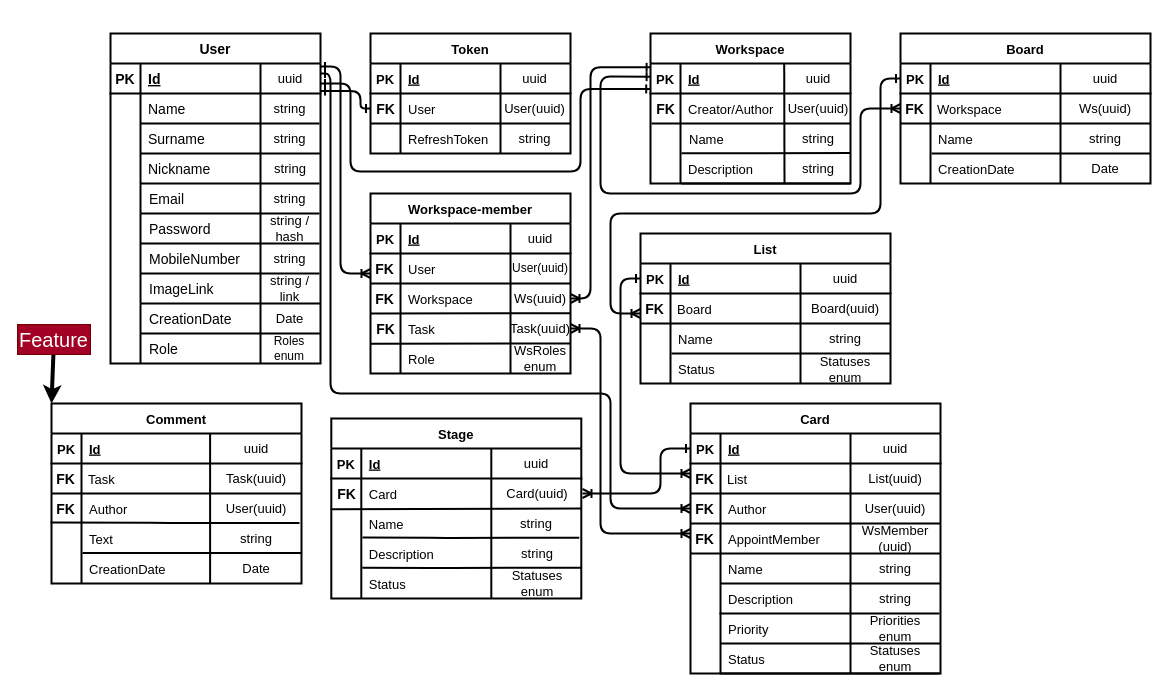
Before: page "DB" (3 of 3) of project.drawio in Neodast/Tasky, a draw.io diagram. Source tidied: cells renumbered, new cells numbered last; positions are measured from the earlier drawing's top-left corner, leaving out a move shared by most shapes. Both pictures are drawn from the tidied source at 100%, with x=0, y=0 at pixel (17, 33).
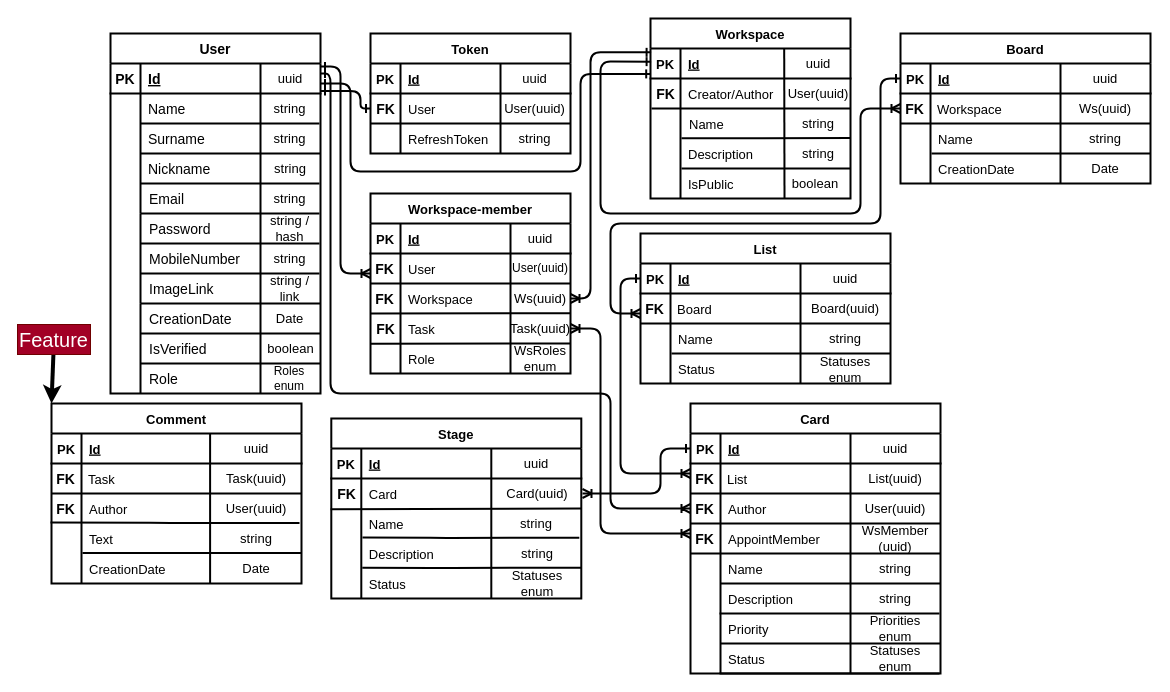
After the change.

Unchanged cells that the change refers to:
```xml
<mxCell id="22" value="uuid" style="text;html=1;strokeColor=none;fillColor=none;align=center;verticalAlign=middle;whiteSpace=wrap;rounded=0;fontSize=13;strokeWidth=2;" parent="1" vertex="1">
  <mxGeometry x="243" y="30" width="60" height="30" as="geometry" />
</mxCell>
<mxCell id="78" value="Ws(uuid)" style="text;html=1;strokeColor=none;fillColor=none;align=center;verticalAlign=middle;whiteSpace=wrap;rounded=0;fontSize=13;strokeWidth=2;" parent="1" vertex="1">
  <mxGeometry x="493" y="250" width="60" height="30" as="geometry" />
</mxCell>
<mxCell id="85" style="shape=tableRow;horizontal=0;startSize=0;swimlaneHead=0;swimlaneBody=0;fillColor=none;points=[[0,0.5],[1,0.5]];portConstraint=eastwest;top=0;left=0;right=0;bottom=1;strokeWidth=2;fontSize=13;" parent="84" vertex="1">
  <mxGeometry y="30" width="200" height="30" as="geometry" />
</mxCell>
<mxCell id="91" style="shape=tableRow;horizontal=0;startSize=0;swimlaneHead=0;swimlaneBody=0;fillColor=none;points=[[0,0.5],[1,0.5]];portConstraint=eastwest;top=0;left=0;right=0;bottom=0;strokeWidth=2;fontSize=13;" parent="84" vertex="1">
  <mxGeometry y="90" width="200" height="30" as="geometry" />
</mxCell>
<mxCell id="106" style="shape=tableRow;horizontal=0;startSize=0;swimlaneHead=0;swimlaneBody=0;fillColor=none;points=[[0,0.5],[1,0.5]];portConstraint=eastwest;top=0;left=0;right=0;bottom=1;strokeWidth=2;fontSize=13;" parent="105" vertex="1">
  <mxGeometry y="30" width="250" height="30" as="geometry" />
</mxCell>
<mxCell id="109" style="shape=tableRow;horizontal=0;startSize=0;swimlaneHead=0;swimlaneBody=0;fillColor=none;points=[[0,0.5],[1,0.5]];portConstraint=eastwest;top=0;left=0;right=0;bottom=0;strokeWidth=2;fontSize=13;" parent="105" vertex="1">
  <mxGeometry y="60" width="250" height="30" as="geometry" />
</mxCell>
```

What changed in the source:
```diff
@@
     <mxCell id="6" value="User" style="shape=table;startSize=30;childLayout=tableLayout;rowLines=0;fontStyle=1;align=center;strokeWidth=2;fontSize=14;" parent="1" vertex="1">
-      <mxGeometry x="93" width="210" height="330" as="geometry" />
+      <mxGeometry x="93" width="210" height="360" as="geometry" />
     </mxCell>
@@
     <mxCell id="24" style="edgeStyle=orthogonalEdgeStyle;html=1;strokeWidth=2;fontSize=12;endArrow=ERone;endFill=0;startArrow=ERone;startFill=0;entryX=0.001;entryY=0.847;entryDx=0;entryDy=0;exitX=1;exitY=0.667;exitDx=0;exitDy=0;exitPerimeter=0;entryPerimeter=0;" parent="1" edge="1" source="22" target="85">
       <mxGeometry relative="1" as="geometry">
         <Array as="points">
           <mxPoint x="333" y="50" />
           <mxPoint x="333" y="138" />
           <mxPoint x="563" y="138" />
-          <mxPoint x="563" y="55" />
-          <mxPoint x="633" y="55" />
+          <mxPoint x="563" y="40" />
+          <mxPoint x="633" y="40" />
         </Array>
       </mxGeometry>
     </mxCell>
@@
     <mxCell id="37" style="endArrow=none;html=1;strokeWidth=2;fontSize=12;" parent="1" edge="1">
       <mxGeometry relative="1" as="geometry">
         <mxPoint x="123" y="270" as="sourcePoint" />
-        <mxPoint x="123" y="330" as="targetPoint" />
+        <mxPoint x="123" y="360" as="targetPoint" />
       </mxGeometry>
     </mxCell>
-    <mxCell id="38" style="endArrow=none;html=1;strokeWidth=2;fontSize=11;" parent="1" edge="1">
+    <mxCell id="38" style="endArrow=none;html=1;strokeWidth=2;fontSize=11;entryX=0;entryY=1;entryDx=0;entryDy=0;" parent="1" edge="1" target="123">
       <mxGeometry relative="1" as="geometry">
         <mxPoint x="243" y="240" as="sourcePoint" />
-        <mxPoint x="243" y="330" as="targetPoint" />
       </mxGeometry>
     </mxCell>
@@
     <mxCell id="82" style="edgeStyle=orthogonalEdgeStyle;jumpSize=6;html=1;strokeWidth=2;fontSize=12;startArrow=ERone;startFill=0;endArrow=ERoneToMany;endFill=0;endSize=6;sourcePerimeterSpacing=0;targetPerimeterSpacing=0;entryX=1;entryY=0.5;entryDx=0;entryDy=0;exitX=0.003;exitY=0.128;exitDx=0;exitDy=0;exitPerimeter=0;" parent="1" edge="1" source="85" target="78">
       <mxGeometry relative="1" as="geometry">
         <Array as="points">
-          <mxPoint x="573" y="34" />
+          <mxPoint x="573" y="19" />
           <mxPoint x="573" y="265" />
         </Array>
       </mxGeometry>
     </mxCell>
     <mxCell id="83" style="edgeStyle=orthogonalEdgeStyle;jumpSize=6;html=1;entryX=0;entryY=0.5;entryDx=0;entryDy=0;strokeWidth=2;fontSize=12;startArrow=ERone;startFill=0;endArrow=ERoneToMany;endFill=0;endSize=6;sourcePerimeterSpacing=0;targetPerimeterSpacing=0;exitX=0.003;exitY=0.438;exitDx=0;exitDy=0;exitPerimeter=0;" parent="1" edge="1" source="85" target="109">
       <mxGeometry relative="1" as="geometry">
         <Array as="points">
-          <mxPoint x="583" y="43" />
-          <mxPoint x="583" y="160" />
-          <mxPoint x="843" y="160" />
+          <mxPoint x="583" y="28" />
+          <mxPoint x="583" y="180" />
+          <mxPoint x="843" y="180" />
           <mxPoint x="843" y="75" />
         </Array>
       </mxGeometry>
     </mxCell>
     <mxCell id="84" value="Workspace" style="shape=table;startSize=30;childLayout=tableLayout;rowLines=0;fontStyle=1;align=center;strokeWidth=2;fontSize=13;" parent="1" vertex="1">
-      <mxGeometry x="633" width="200" height="150" as="geometry" />
+      <mxGeometry x="633" y="-15" width="200" height="180" as="geometry" />
     </mxCell>
@@
+    <mxCell id="274" style="shape=tableRow;horizontal=0;startSize=0;swimlaneHead=0;swimlaneBody=0;fillColor=none;top=0;left=0;right=0;bottom=0;strokeWidth=2;fontSize=13;" parent="84" vertex="1">
+      <mxGeometry y="150" width="200" height="30" as="geometry" />
+    </mxCell>
+    <mxCell id="275" style="shape=partialRectangle;fillColor=none;top=0;left=0;bottom=0;right=0;overflow=hidden;strokeWidth=2;fontSize=13;" parent="274" vertex="1">
+      <mxGeometry width="30" height="30" as="geometry" />
+    </mxCell>
+    <mxCell id="276" value="IsPublic" style="shape=partialRectangle;fillColor=none;top=0;left=0;bottom=0;right=0;align=left;spacingLeft=6;overflow=hidden;strokeWidth=2;fontSize=13;" parent="274" vertex="1">
+      <mxGeometry x="30" width="170" height="30" as="geometry" />
+    </mxCell>
     <mxCell id="97" value="uuid" style="text;html=1;strokeColor=none;fillColor=none;align=center;verticalAlign=middle;whiteSpace=wrap;rounded=0;fontSize=13;strokeWidth=2;" parent="1" vertex="1">
-      <mxGeometry x="769" y="30" width="64" height="30" as="geometry" />
+      <mxGeometry x="769" y="15" width="64" height="30" as="geometry" />
     </mxCell>
     <mxCell id="98" style="endArrow=none;html=1;strokeWidth=2;fontSize=13;exitX=1;exitY=-0.004;exitDx=0;exitDy=0;exitPerimeter=0;" parent="1" edge="1" source="91">
       <mxGeometry relative="1" as="geometry">
-        <mxPoint x="634" y="90" as="targetPoint" />
+        <mxPoint x="634" y="75" as="targetPoint" />
       </mxGeometry>
     </mxCell>
@@
     <mxCell id="122" value="Role" style="shape=partialRectangle;fillColor=none;top=0;left=0;bottom=0;right=0;align=left;spacingLeft=6;overflow=hidden;strokeWidth=2;fontSize=14;" parent="1" vertex="1">
-      <mxGeometry x="124" y="300" width="119" height="30" as="geometry" />
+      <mxGeometry x="124" y="330" width="119" height="30" as="geometry" />
     </mxCell>
     <mxCell id="123" value="Roles enum" style="text;html=1;strokeColor=none;fillColor=none;align=center;verticalAlign=middle;whiteSpace=wrap;rounded=0;fontSize=12;strokeWidth=2;" parent="1" vertex="1">
-      <mxGeometry x="243" y="300" width="58" height="30" as="geometry" />
+      <mxGeometry x="243" y="330" width="58" height="30" as="geometry" />
     </mxCell>
@@
     <mxCell id="127" value="Creator/Author" style="shape=partialRectangle;fillColor=none;top=0;left=0;bottom=0;right=0;align=left;spacingLeft=6;overflow=hidden;strokeWidth=2;fontSize=13;" parent="1" vertex="1">
-      <mxGeometry x="663" y="60" width="104" height="30" as="geometry" />
+      <mxGeometry x="663" y="45" width="104" height="30" as="geometry" />
     </mxCell>
     <mxCell id="128" value="User(uuid)" style="text;html=1;strokeColor=none;fillColor=none;align=center;verticalAlign=middle;whiteSpace=wrap;rounded=0;fontSize=13;strokeWidth=2;" parent="1" vertex="1">
-      <mxGeometry x="769" y="60" width="64" height="30" as="geometry" />
+      <mxGeometry x="769" y="45" width="64" height="30" as="geometry" />
     </mxCell>
     <mxCell id="129" value="Name" style="shape=partialRectangle;fillColor=none;top=0;left=0;bottom=0;right=0;align=left;spacingLeft=6;overflow=hidden;strokeWidth=2;fontSize=13;" parent="1" vertex="1">
-      <mxGeometry x="664" y="90" width="103" height="30" as="geometry" />
+      <mxGeometry x="664" y="75" width="103" height="30" as="geometry" />
     </mxCell>
     <mxCell id="130" value="string" style="text;html=1;strokeColor=none;fillColor=none;align=center;verticalAlign=middle;whiteSpace=wrap;rounded=0;fontSize=13;strokeWidth=2;" parent="1" vertex="1">
-      <mxGeometry x="769" y="90" width="64" height="30" as="geometry" />
+      <mxGeometry x="769" y="75" width="64" height="30" as="geometry" />
     </mxCell>
     <mxCell id="131" style="endArrow=none;html=1;strokeWidth=2;fontSize=13;exitX=1;exitY=-0.004;exitDx=0;exitDy=0;exitPerimeter=0;" parent="1" edge="1">
       <mxGeometry relative="1" as="geometry">
-        <mxPoint x="833" y="119.6" as="sourcePoint" />
-        <mxPoint x="664" y="119.7" as="targetPoint" />
+        <mxPoint x="833" y="104.6" as="sourcePoint" />
+        <mxPoint x="664" y="104.7" as="targetPoint" />
       </mxGeometry>
     </mxCell>
     <mxCell id="132" style="endArrow=none;html=1;strokeWidth=2;fontSize=13;exitX=1;exitY=-0.004;exitDx=0;exitDy=0;exitPerimeter=0;" parent="1" edge="1">
       <mxGeometry relative="1" as="geometry">
-        <mxPoint x="833" y="149.9" as="sourcePoint" />
-        <mxPoint x="664" y="150" as="targetPoint" />
+        <mxPoint x="833" y="134.9" as="sourcePoint" />
+        <mxPoint x="664" y="135" as="targetPoint" />
       </mxGeometry>
     </mxCell>
     <mxCell id="133" value="Description" style="shape=partialRectangle;fillColor=none;top=0;left=0;bottom=0;right=0;align=left;spacingLeft=6;overflow=hidden;strokeWidth=2;fontSize=13;" parent="1" vertex="1">
-      <mxGeometry x="663" y="120" width="104" height="30" as="geometry" />
+      <mxGeometry x="663" y="105" width="104" height="30" as="geometry" />
     </mxCell>
     <mxCell id="134" value="FK" style="shape=partialRectangle;fillColor=none;top=0;left=0;bottom=0;right=0;fontStyle=1;overflow=hidden;strokeWidth=2;fontSize=14;" parent="1" vertex="1">
-      <mxGeometry x="634" y="60" width="29" height="30" as="geometry" />
+      <mxGeometry x="634" y="45" width="29" height="30" as="geometry" />
     </mxCell>
     <mxCell id="135" value="string" style="text;html=1;strokeColor=none;fillColor=none;align=center;verticalAlign=middle;whiteSpace=wrap;rounded=0;fontSize=13;strokeWidth=2;" parent="1" vertex="1">
-      <mxGeometry x="769" y="120" width="64" height="30" as="geometry" />
+      <mxGeometry x="769" y="105" width="64" height="30" as="geometry" />
     </mxCell>
     <mxCell id="136" style="endArrow=none;html=1;strokeWidth=2;fontSize=13;" parent="1" edge="1">
       <mxGeometry relative="1" as="geometry">
-        <mxPoint x="767" y="150" as="sourcePoint" />
-        <mxPoint x="766.7" y="30.3" as="targetPoint" />
+        <mxPoint x="767" y="165" as="sourcePoint" />
+        <mxPoint x="766.7" y="15.3" as="targetPoint" />
       </mxGeometry>
     </mxCell>
@@
     <mxCell id="251" style="edgeStyle=orthogonalEdgeStyle;html=1;entryX=0;entryY=0.5;entryDx=0;entryDy=0;strokeWidth=2;fontSize=20;startArrow=ERoneToMany;startFill=0;endArrow=ERone;endFill=0;" parent="1" edge="1" target="106">
       <mxGeometry relative="1" as="geometry">
         <mxPoint x="623" y="280" as="sourcePoint" />
         <Array as="points">
           <mxPoint x="593" y="280" />
-          <mxPoint x="593" y="180" />
-          <mxPoint x="863" y="180" />
+          <mxPoint x="593" y="190" />
+          <mxPoint x="863" y="190" />
           <mxPoint x="863" y="45" />
         </Array>
       </mxGeometry>
     </mxCell>
@@
+    <mxCell id="277" style="endArrow=none;html=1;strokeWidth=2;fontSize=16;" parent="1" edge="1">
+      <mxGeometry relative="1" as="geometry">
+        <mxPoint x="303" y="330" as="sourcePoint" />
+        <mxPoint x="123" y="330" as="targetPoint" />
+      </mxGeometry>
+    </mxCell>
+    <mxCell id="278" value="IsVerified" style="shape=partialRectangle;fillColor=none;top=0;left=0;bottom=0;right=0;align=left;spacingLeft=6;overflow=hidden;strokeWidth=2;fontSize=14;" parent="1" vertex="1">
+      <mxGeometry x="124" y="300" width="119" height="30" as="geometry" />
+    </mxCell>
+    <mxCell id="279" value="boolean" style="text;html=1;strokeColor=none;fillColor=none;align=center;verticalAlign=middle;whiteSpace=wrap;rounded=0;fontSize=13;strokeWidth=2;" parent="1" vertex="1">
+      <mxGeometry x="243.8" y="300" width="58.5" height="30" as="geometry" />
+    </mxCell>
+    <mxCell id="280" value="boolean" style="text;html=1;strokeColor=none;fillColor=none;align=center;verticalAlign=middle;whiteSpace=wrap;rounded=0;fontSize=13;strokeWidth=2;" parent="1" vertex="1">
+      <mxGeometry x="766" y="135" width="64" height="30" as="geometry" />
+    </mxCell>
```
